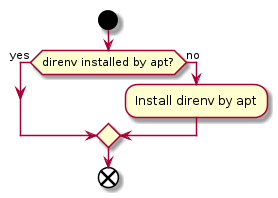
This is docs/uml/direnv.png from constrict0r/amanita, a PlantUML export, as it was before one commit.
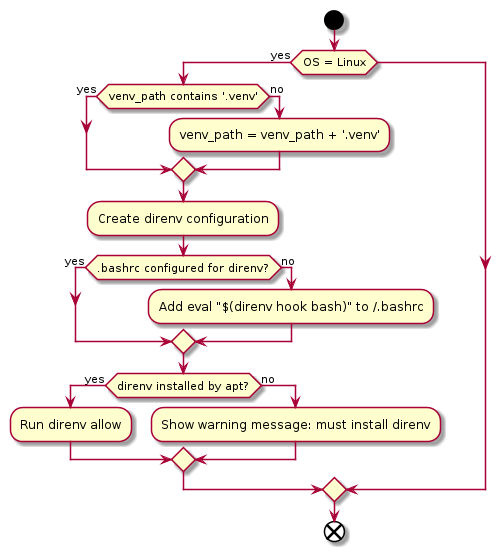
The same diagram one commit later.

Commit message:
Add direnv configuration

Change to the diagram source:
```diff
@@ -1,9 +1,26 @@
 @startuml
 start
 
-if (direnv installed by apt?) then (yes)
-else (no)
-  :Install direnv by apt;
+if (OS = Linux) then (yes)
+
+  if (venv_path contains '.venv') then (yes)
+  else (no)
+    :venv_path = venv_path + '.venv';
+  endif
+
+  :Create direnv configuration;
+
+  if (.bashrc configured for direnv?) then (yes)
+  else (no)
+    :Add eval "$(direnv hook bash)" to ~/.bashrc;
+  endif
+
+  if (direnv installed by apt?) then (yes)
+    :Run direnv allow;
+  else (no)
+    :Show warning message: must install direnv;
+  endif
+
 endif
 
 end
```
